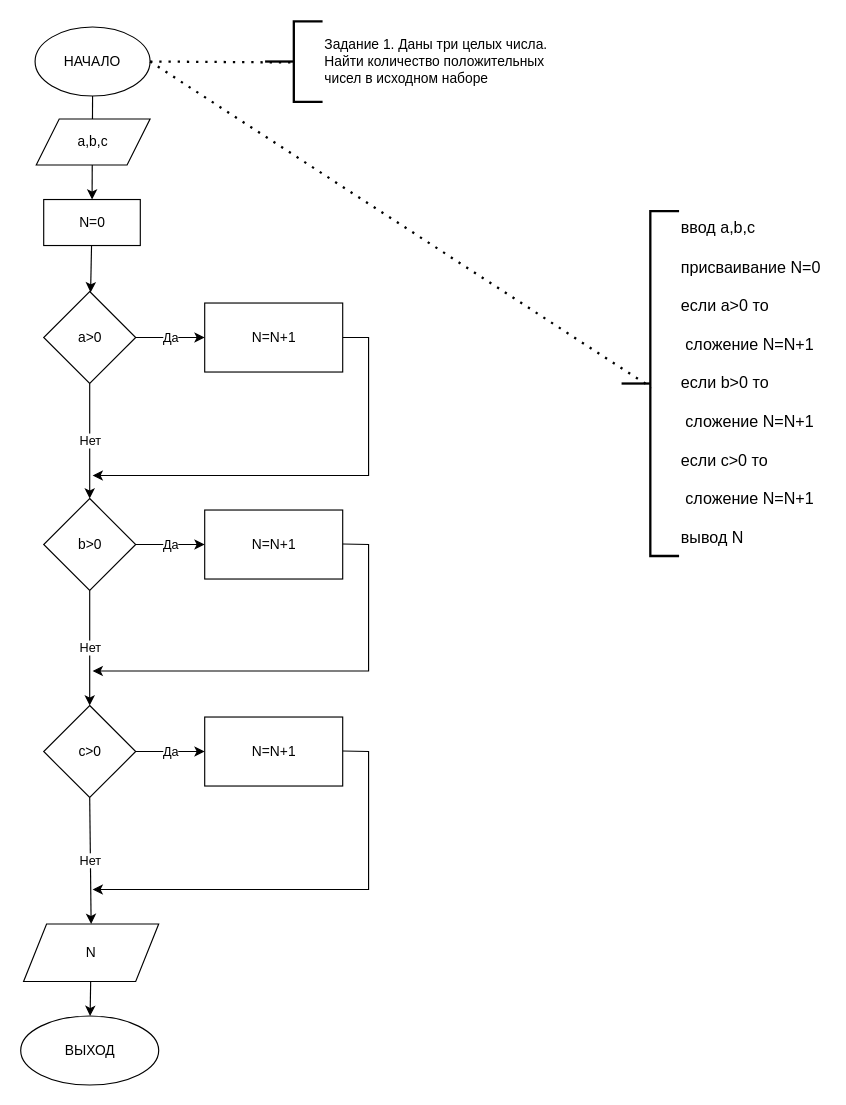
This is Task_01_01.drawio from paweltaranov/Pawel_Taranov_Zadanie_01, a draw.io file, before an edit. Source tidied: cells renumbered, new cells numbered last; positions are measured from the earlier drawing's top-left corner, leaving out a move shared by most shapes. Both pictures are drawn from the tidied source at 115%, with x=0, y=0 at pixel (21, 21).
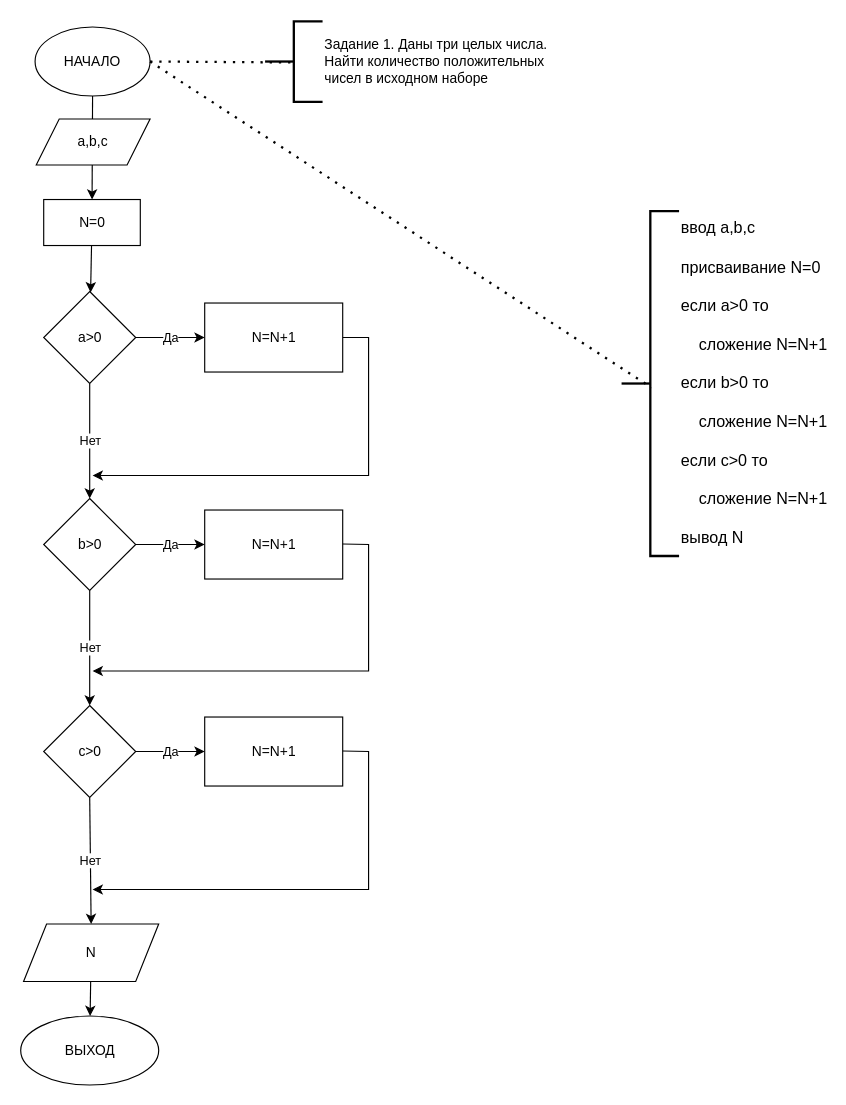
Above is the later version.

Diff of the diagram source:
```diff
@@
-<mxGraphModel>
+<mxGraphModel background="#ffffff">
@@
-    <mxCell id="28" value="ввод a,b,c&lt;br&gt;&lt;br&gt;присваивание N=0&lt;br&gt;&lt;br&gt;если а&amp;gt;0 то&lt;br&gt;&lt;span&gt; &lt;/span&gt;&lt;span&gt; &lt;/span&gt;&lt;br&gt;&lt;span style=&quot;white-space: pre&quot;&gt; &lt;/span&gt;сложение N=N+1&lt;br&gt;&lt;br&gt;если b&amp;gt;0 то&lt;br&gt;&lt;br&gt;&lt;span style=&quot;white-space: pre&quot;&gt; &lt;/span&gt;сложение N=N+1&lt;br&gt;&lt;br&gt;если c&amp;gt;0 то&lt;br&gt;&lt;br&gt;&lt;span style=&quot;white-space: pre&quot;&gt; &lt;/span&gt;сложение N=N+1&lt;br&gt;&lt;br&gt;вывод N" style="strokeWidth=2;html=1;shape=mxgraph.flowchart.annotation_2;align=left;labelPosition=right;verticalAlign=top;fontSize=14;spacing=2;spacingBottom=0;spacingLeft=0;spacingTop=0;horizontal=1;" parent="1" vertex="1">
+    <mxCell id="28" value="ввод a,b,c&lt;br&gt;&lt;br&gt;присваивание N=0&lt;br&gt;&lt;br&gt;если а&amp;gt;0 то&lt;br&gt;&lt;span&gt; &lt;/span&gt;&lt;span&gt; &lt;/span&gt;&lt;br&gt;&lt;span style=&quot;white-space: pre&quot;&gt;    &lt;/span&gt;сложение N=N+1&lt;br&gt;&lt;br&gt;если b&amp;gt;0 то&lt;br&gt;&lt;br&gt;&lt;span style=&quot;white-space: pre&quot;&gt;    &lt;/span&gt;сложение N=N+1&lt;br&gt;&lt;br&gt;если c&amp;gt;0 то&lt;br&gt;&lt;br&gt;&lt;span style=&quot;white-space: pre&quot;&gt;    &lt;/span&gt;сложение N=N+1&lt;br&gt;&lt;br&gt;вывод N" style="strokeWidth=2;html=1;shape=mxgraph.flowchart.annotation_2;align=left;labelPosition=right;verticalAlign=top;fontSize=14;spacing=2;spacingBottom=0;spacingLeft=0;spacingTop=0;horizontal=1;" parent="1" vertex="1">
       <mxGeometry x="522" y="165" width="50" height="300" as="geometry" />
     </mxCell>
```
